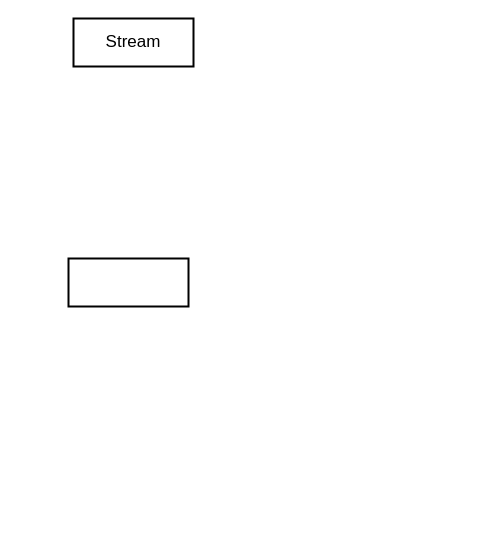
Before: page "api" (1 of 3) of nats/jetstream.drawio in dovics/draw.io, a draw.io diagram. Source tidied: cells renumbered, new cells numbered last; positions are measured from the earlier drawing's top-left corner, leaving out a move shared by most shapes. Both pictures are drawn from the tidied source at 100%, with x=0, y=0 at pixel (68, 18).
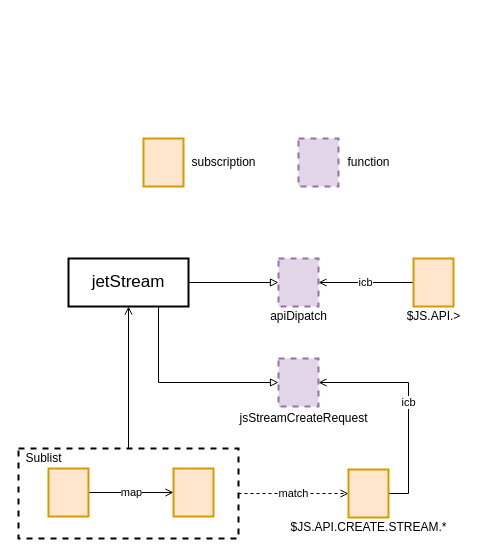
The same diagram, later.

Diff of the diagram source:
```diff
@@
-    <mxCell id="2" value="Stream" style="rounded=0;whiteSpace=wrap;html=1;strokeWidth=2;fontSize=17;" parent="1" vertex="1">
-      <mxGeometry x="5" width="120" height="48" as="geometry" />
-    </mxCell>
+    <mxCell id="4" style="edgeStyle=orthogonalEdgeStyle;rounded=0;jettySize=auto;html=1;exitX=1;exitY=0.5;exitDx=0;exitDy=0;entryX=0;entryY=0.5;entryDx=0;entryDy=0;endArrow=block;endFill=0;" parent="1" edge="1" source="3" target="8">
+      <mxGeometry relative="1" as="geometry" />
+    </mxCell>
+    <mxCell id="5" style="edgeStyle=orthogonalEdgeStyle;rounded=0;jettySize=auto;html=1;exitX=0.75;exitY=1;exitDx=0;exitDy=0;entryX=0;entryY=0.5;entryDx=0;entryDy=0;endArrow=block;endFill=0;" parent="1" edge="1" source="3" target="16">
+      <mxGeometry relative="1" as="geometry" />
+    </mxCell>
-    <mxCell id="3" style="rounded=0;whiteSpace=wrap;html=1;strokeWidth=2;fontSize=17;" parent="1" vertex="1">
+    <mxCell id="3" value="jetStream" style="rounded=0;whiteSpace=wrap;html=1;strokeWidth=2;fontSize=17;" parent="1" vertex="1">
       <mxGeometry y="240" width="120" height="48" as="geometry" />
     </mxCell>
+    <mxCell id="6" value="icb" style="edgeStyle=orthogonalEdgeStyle;rounded=0;jettySize=auto;html=1;exitX=0;exitY=0.5;exitDx=0;exitDy=0;entryX=1;entryY=0.5;entryDx=0;entryDy=0;endArrow=open;endFill=0;" parent="1" edge="1" source="7" target="8">
+      <mxGeometry relative="1" as="geometry" />
+    </mxCell>
+    <mxCell id="7" style="rounded=0;whiteSpace=wrap;html=1;strokeWidth=2;fontSize=17;fillColor=#ffe6cc;strokeColor=#d79b00;" parent="1" vertex="1">
+      <mxGeometry x="345" y="240" width="40" height="48" as="geometry" />
+    </mxCell>
+    <mxCell id="8" style="rounded=0;whiteSpace=wrap;html=1;strokeWidth=2;fontSize=17;dashed=1;fillColor=#e1d5e7;strokeColor=#9673a6;" parent="1" vertex="1">
+      <mxGeometry x="210" y="240" width="40" height="48" as="geometry" />
+    </mxCell>
+    <mxCell id="9" style="rounded=0;whiteSpace=wrap;html=1;strokeWidth=2;fontSize=17;fillColor=#ffe6cc;strokeColor=#d79b00;" parent="1" vertex="1">
+      <mxGeometry x="75" y="120" width="40" height="48" as="geometry" />
+    </mxCell>
+    <mxCell id="10" value="subscription" style="text;html=1;align=center;verticalAlign=middle;strokeColor=none;" parent="1" vertex="1">
+      <mxGeometry x="115" y="134" width="80" height="20" as="geometry" />
+    </mxCell>
+    <mxCell id="11" style="edgeStyle=orthogonalEdgeStyle;rounded=0;jettySize=auto;html=1;exitX=0.5;exitY=0;exitDx=0;exitDy=0;entryX=0.5;entryY=1;entryDx=0;entryDy=0;endArrow=open;endFill=0;" parent="1" edge="1" source="24" target="3">
+      <mxGeometry relative="1" as="geometry" />
+    </mxCell>
+    <mxCell id="12" value="match" style="edgeStyle=orthogonalEdgeStyle;rounded=0;jettySize=auto;html=1;exitX=1;exitY=0.5;exitDx=0;exitDy=0;entryX=0;entryY=0.5;entryDx=0;entryDy=0;endArrow=open;endFill=0;dashed=1;" parent="1" edge="1" source="24" target="15">
+      <mxGeometry relative="1" as="geometry" />
+    </mxCell>
+    <mxCell id="13" value="$JS.API.&amp;gt;" style="text;html=1;align=center;verticalAlign=middle;strokeColor=none;" parent="1" vertex="1">
+      <mxGeometry x="330" y="288" width="70" height="20" as="geometry" />
+    </mxCell>
+    <mxCell id="14" value="icb" style="edgeStyle=orthogonalEdgeStyle;rounded=0;jettySize=auto;html=1;exitX=1;exitY=0.5;exitDx=0;exitDy=0;entryX=1;entryY=0.5;entryDx=0;entryDy=0;endArrow=open;endFill=0;" parent="1" edge="1" source="15" target="16">
+      <mxGeometry relative="1" as="geometry" />
+    </mxCell>
+    <mxCell id="15" style="rounded=0;whiteSpace=wrap;html=1;strokeWidth=2;fontSize=17;fillColor=#ffe6cc;strokeColor=#d79b00;" parent="1" vertex="1">
+      <mxGeometry x="280" y="451" width="40" height="48" as="geometry" />
+    </mxCell>
+    <mxCell id="16" style="rounded=0;whiteSpace=wrap;html=1;strokeWidth=2;fontSize=17;dashed=1;fillColor=#e1d5e7;strokeColor=#9673a6;" parent="1" vertex="1">
+      <mxGeometry x="210" y="340" width="40" height="48" as="geometry" />
+    </mxCell>
+    <mxCell id="17" value="$JS.API.CREATE.STREAM.*" style="text;html=1;align=center;verticalAlign=middle;strokeColor=none;" parent="1" vertex="1">
+      <mxGeometry x="215" y="499" width="170" height="20" as="geometry" />
+    </mxCell>
+    <mxCell id="18" value="apiDipatch" style="text;html=1;align=center;verticalAlign=middle;strokeColor=none;" parent="1" vertex="1">
+      <mxGeometry x="195" y="288" width="70" height="20" as="geometry" />
+    </mxCell>
+    <mxCell id="19" value="jsStreamCreateRequest" style="text;html=1;align=center;verticalAlign=middle;strokeColor=none;" parent="1" vertex="1">
+      <mxGeometry x="165" y="390" width="140" height="20" as="geometry" />
+    </mxCell>
+    <mxCell id="20" style="rounded=0;whiteSpace=wrap;html=1;strokeWidth=2;fontSize=17;dashed=1;fillColor=#e1d5e7;strokeColor=#9673a6;" parent="1" vertex="1">
+      <mxGeometry x="230" y="120" width="40" height="48" as="geometry" />
+    </mxCell>
+    <mxCell id="21" value="function" style="text;html=1;align=center;verticalAlign=middle;strokeColor=none;" parent="1" vertex="1">
+      <mxGeometry x="270" y="134" width="60" height="20" as="geometry" />
+    </mxCell>
+    <mxCell id="22" value="map" style="edgeStyle=orthogonalEdgeStyle;rounded=0;jettySize=auto;html=1;exitX=1;exitY=0.5;exitDx=0;exitDy=0;entryX=0;entryY=0.5;entryDx=0;entryDy=0;endArrow=open;endFill=0;" parent="1" edge="1" source="23" target="25">
+      <mxGeometry relative="1" as="geometry" />
+    </mxCell>
+    <mxCell id="23" style="rounded=0;whiteSpace=wrap;html=1;strokeWidth=2;fontSize=17;fillColor=#ffe6cc;strokeColor=#d79b00;" parent="1" vertex="1">
+      <mxGeometry x="-20" y="450" width="40" height="48" as="geometry" />
+    </mxCell>
+    <mxCell id="24" style="rounded=0;whiteSpace=wrap;html=1;strokeWidth=2;fontSize=17;fillColor=none;dashed=1;" parent="1" vertex="1">
+      <mxGeometry x="-50" y="430" width="220" height="90" as="geometry" />
+    </mxCell>
+    <mxCell id="25" style="rounded=0;whiteSpace=wrap;html=1;strokeWidth=2;fontSize=17;fillColor=#ffe6cc;strokeColor=#d79b00;" parent="1" vertex="1">
+      <mxGeometry x="105" y="450" width="40" height="48" as="geometry" />
+    </mxCell>
+    <mxCell id="26" value="Sublist" style="text;html=1;align=center;verticalAlign=middle;strokeColor=none;" parent="1" vertex="1">
+      <mxGeometry x="-50" y="430" width="50" height="20" as="geometry" />
+    </mxCell>
```
